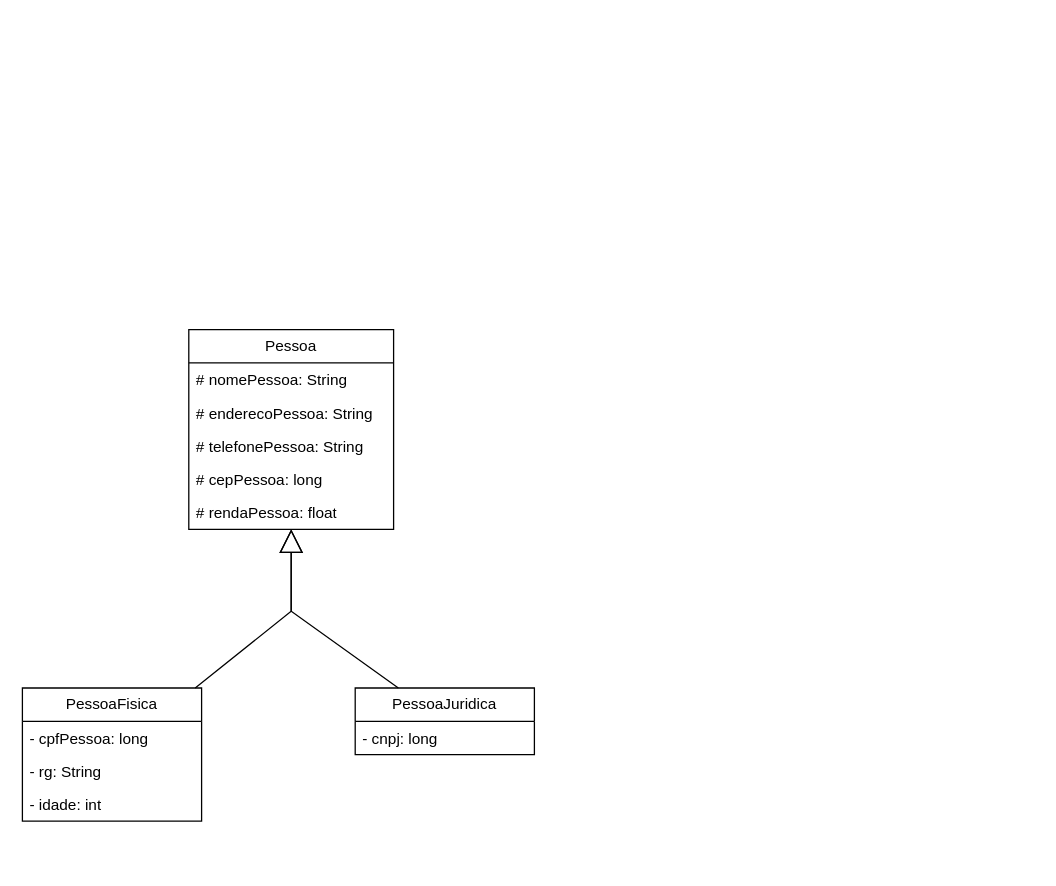
Above: Classes.drawio in RebecaVieiraM/Diagramas (draw.io), before the change. Source tidied: cells renumbered, new cells numbered last; positions are measured from the earlier drawing's top-left corner, leaving out a move shared by most shapes. Both pictures are drawn from the tidied source at 128%, with x=0, y=0 at pixel (22, 329).
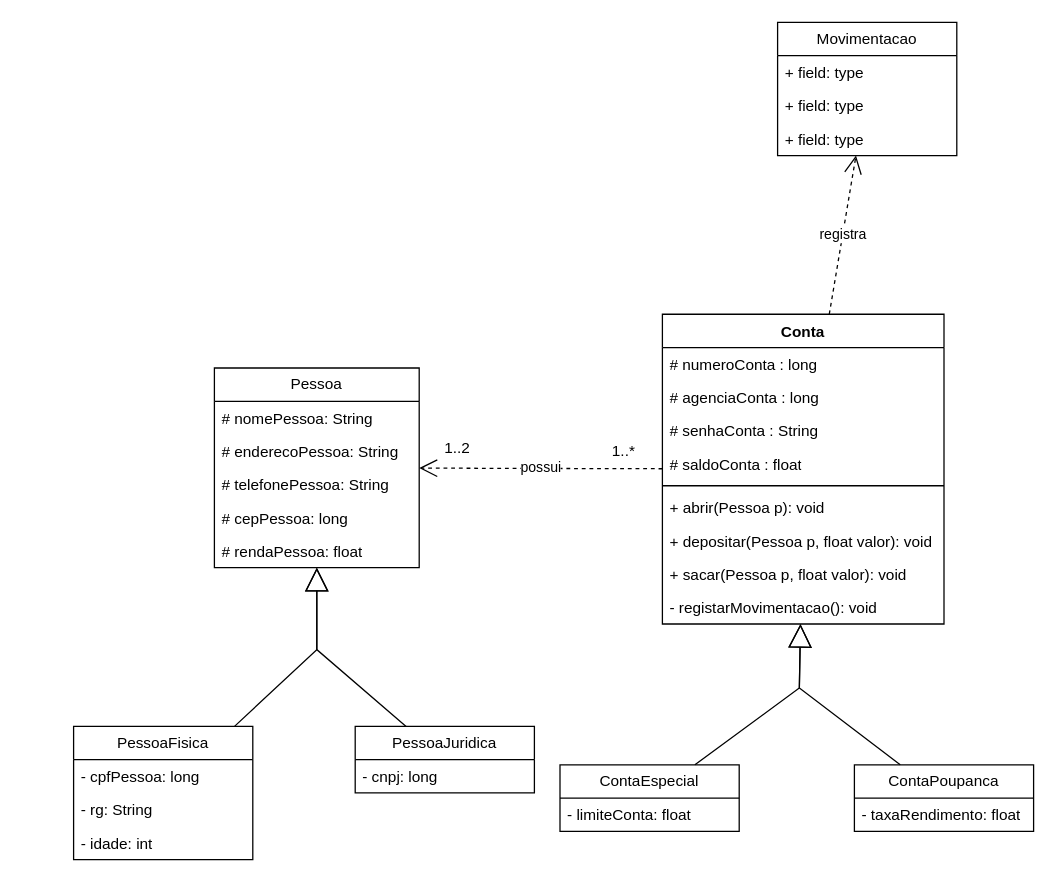
The same page after the edit.

Unchanged cells that the change refers to:
```xml
<mxCell id="7" value="# rendaPessoa: float" style="text;strokeColor=none;fillColor=none;align=left;verticalAlign=top;spacingLeft=4;spacingRight=4;overflow=hidden;points=[[0,0.5],[1,0.5]];portConstraint=eastwest;whiteSpace=wrap;html=1;" parent="2" vertex="1">
  <mxGeometry y="130" width="160" height="26" as="geometry" />
</mxCell>
```

What changed in the source:
```diff
@@
     <mxCell id="2" value="Pessoa" style="swimlane;fontStyle=0;horizontal=1;startSize=26;fillColor=none;whiteSpace=wrap;html=1;" parent="1" vertex="1">
-      <mxGeometry x="130" width="160" height="156" as="geometry" />
+      <mxGeometry x="150" y="30" width="160" height="156" as="geometry" />
     </mxCell>
@@
     <mxCell id="8" value="PessoaJuridica" style="swimlane;fontStyle=0;horizontal=1;startSize=26;fillColor=none;whiteSpace=wrap;html=1;" parent="1" vertex="1">
-      <mxGeometry x="260" y="280" width="140" height="52" as="geometry" />
+      <mxGeometry x="260" y="310" width="140" height="52" as="geometry" />
     </mxCell>
@@
     <mxCell id="10" value="PessoaFisica" style="swimlane;fontStyle=0;horizontal=1;startSize=26;fillColor=none;whiteSpace=wrap;html=1;" parent="1" vertex="1">
-      <mxGeometry y="280" width="140" height="104" as="geometry" />
+      <mxGeometry x="40" y="310" width="140" height="104" as="geometry" />
     </mxCell>
@@
     <mxCell id="14" style="endArrow=block;endSize=16;endFill=0;html=1;rounded=0;" parent="1" edge="1" source="10" target="2">
       <mxGeometry relative="1" as="geometry">
         <Array as="points">
-          <mxPoint x="210" y="220" />
+          <mxPoint x="230" y="250" />
         </Array>
       </mxGeometry>
     </mxCell>
     <mxCell id="15" style="endArrow=block;endSize=16;endFill=0;html=1;rounded=0;" parent="1" edge="1" source="8" target="7">
       <mxGeometry relative="1" as="geometry">
         <Array as="points">
-          <mxPoint x="210" y="220" />
+          <mxPoint x="230" y="250" />
         </Array>
       </mxGeometry>
     </mxCell>
+    <mxCell id="16" value="Conta" style="swimlane;fontStyle=1;align=center;verticalAlign=top;horizontal=1;startSize=26;whiteSpace=wrap;html=1;" parent="1" vertex="1">
+      <mxGeometry x="500" y="-12" width="220" height="242" as="geometry" />
+    </mxCell>
+    <mxCell id="17" value="# numeroConta : long" style="text;strokeColor=none;fillColor=none;align=left;verticalAlign=top;spacingLeft=4;spacingRight=4;overflow=hidden;whiteSpace=wrap;html=1;" parent="16" vertex="1">
+      <mxGeometry y="26" width="220" height="26" as="geometry" />
+    </mxCell>
+    <mxCell id="18" value="# agenciaConta : long" style="text;strokeColor=none;fillColor=none;align=left;verticalAlign=top;spacingLeft=4;spacingRight=4;overflow=hidden;whiteSpace=wrap;html=1;" parent="16" vertex="1">
+      <mxGeometry y="52" width="220" height="26" as="geometry" />
+    </mxCell>
+    <mxCell id="19" value="# senhaConta : String" style="text;strokeColor=none;fillColor=none;align=left;verticalAlign=top;spacingLeft=4;spacingRight=4;overflow=hidden;whiteSpace=wrap;html=1;" parent="16" vertex="1">
+      <mxGeometry y="78" width="220" height="26" as="geometry" />
+    </mxCell>
+    <mxCell id="20" value="# saldoConta : float" style="text;strokeColor=none;fillColor=none;align=left;verticalAlign=top;spacingLeft=4;spacingRight=4;overflow=hidden;whiteSpace=wrap;html=1;" parent="16" vertex="1">
+      <mxGeometry y="104" width="220" height="26" as="geometry" />
+    </mxCell>
+    <mxCell id="21" style="line;strokeWidth=1;fillColor=none;align=left;verticalAlign=middle;spacingTop=-1;spacingLeft=3;spacingRight=3;labelPosition=right;strokeColor=inherit;" parent="16" vertex="1">
+      <mxGeometry y="130" width="220" height="8" as="geometry" />
+    </mxCell>
+    <mxCell id="22" value="+ abrir(Pessoa p): void" style="text;strokeColor=none;fillColor=none;align=left;verticalAlign=top;spacingLeft=4;spacingRight=4;overflow=hidden;whiteSpace=wrap;html=1;" parent="16" vertex="1">
+      <mxGeometry y="138" width="220" height="26" as="geometry" />
+    </mxCell>
+    <mxCell id="23" value="+ depositar(Pessoa p, float valor): void" style="text;strokeColor=none;fillColor=none;align=left;verticalAlign=top;spacingLeft=4;spacingRight=4;overflow=hidden;whiteSpace=wrap;html=1;" parent="16" vertex="1">
+      <mxGeometry y="164" width="220" height="26" as="geometry" />
+    </mxCell>
+    <mxCell id="24" value="+ sacar(Pessoa p, float valor): void" style="text;strokeColor=none;fillColor=none;align=left;verticalAlign=top;spacingLeft=4;spacingRight=4;overflow=hidden;whiteSpace=wrap;html=1;" parent="16" vertex="1">
+      <mxGeometry y="190" width="220" height="26" as="geometry" />
+    </mxCell>
+    <mxCell id="25" value="- registarMovimentacao(): void" style="text;strokeColor=none;fillColor=none;align=left;verticalAlign=top;spacingLeft=4;spacingRight=4;overflow=hidden;whiteSpace=wrap;html=1;" parent="16" vertex="1">
+      <mxGeometry y="216" width="220" height="26" as="geometry" />
+    </mxCell>
+    <mxCell id="26" value="ContaEspecial" style="swimlane;fontStyle=0;horizontal=1;startSize=26;fillColor=none;whiteSpace=wrap;html=1;" parent="1" vertex="1">
+      <mxGeometry x="420" y="340" width="140" height="52" as="geometry" />
+    </mxCell>
+    <mxCell id="27" value="- limiteConta: float" style="text;strokeColor=none;fillColor=none;align=left;verticalAlign=top;spacingLeft=4;spacingRight=4;overflow=hidden;whiteSpace=wrap;html=1;" parent="26" vertex="1">
+      <mxGeometry y="26" width="140" height="26" as="geometry" />
+    </mxCell>
+    <mxCell id="28" value="ContaPoupanca" style="swimlane;fontStyle=0;horizontal=1;startSize=26;fillColor=none;whiteSpace=wrap;html=1;" parent="1" vertex="1">
+      <mxGeometry x="650" y="340" width="140" height="52" as="geometry" />
+    </mxCell>
+    <mxCell id="29" value="- taxaRendimento: float" style="text;strokeColor=none;fillColor=none;align=left;verticalAlign=top;spacingLeft=4;spacingRight=4;overflow=hidden;whiteSpace=wrap;html=1;" parent="28" vertex="1">
+      <mxGeometry y="26" width="140" height="26" as="geometry" />
+    </mxCell>
+    <mxCell id="30" style="endArrow=block;endSize=16;endFill=0;html=1;rounded=0;" parent="1" edge="1" source="26" target="16">
+      <mxGeometry relative="1" as="geometry">
+        <Array as="points">
+          <mxPoint x="607" y="280" />
+        </Array>
+      </mxGeometry>
+    </mxCell>
+    <mxCell id="31" style="endArrow=block;endSize=16;endFill=0;html=1;rounded=0;" parent="1" edge="1" source="28" target="16">
+      <mxGeometry relative="1" as="geometry">
+        <Array as="points">
+          <mxPoint x="607" y="280" />
+        </Array>
+      </mxGeometry>
+    </mxCell>
+    <mxCell id="32" value="possui" style="endArrow=open;endSize=12;dashed=1;html=1;rounded=0;" parent="1" edge="1" source="16" target="2">
+      <mxGeometry relative="1" as="geometry" />
+    </mxCell>
+    <mxCell id="33" value="1..2" style="text;html=1;align=center;verticalAlign=middle;whiteSpace=wrap;rounded=0;" parent="1" vertex="1">
+      <mxGeometry x="310" y="78" width="60" height="30" as="geometry" />
+    </mxCell>
+    <mxCell id="34" value="1..*" style="text;html=1;align=center;verticalAlign=middle;whiteSpace=wrap;rounded=0;" parent="1" vertex="1">
+      <mxGeometry x="440" y="80" width="60" height="30" as="geometry" />
+    </mxCell>
+    <mxCell id="35" value="Movimentacao" style="swimlane;fontStyle=0;horizontal=1;startSize=26;fillColor=none;whiteSpace=wrap;html=1;" parent="1" vertex="1">
+      <mxGeometry x="590" y="-240" width="140" height="104" as="geometry" />
+    </mxCell>
+    <mxCell id="36" value="+ field: type" style="text;strokeColor=none;fillColor=none;align=left;verticalAlign=top;spacingLeft=4;spacingRight=4;overflow=hidden;whiteSpace=wrap;html=1;" parent="35" vertex="1">
+      <mxGeometry y="26" width="140" height="26" as="geometry" />
+    </mxCell>
+    <mxCell id="37" value="+ field: type" style="text;strokeColor=none;fillColor=none;align=left;verticalAlign=top;spacingLeft=4;spacingRight=4;overflow=hidden;whiteSpace=wrap;html=1;" parent="35" vertex="1">
+      <mxGeometry y="52" width="140" height="26" as="geometry" />
+    </mxCell>
+    <mxCell id="38" value="+ field: type" style="text;strokeColor=none;fillColor=none;align=left;verticalAlign=top;spacingLeft=4;spacingRight=4;overflow=hidden;whiteSpace=wrap;html=1;" parent="35" vertex="1">
+      <mxGeometry y="78" width="140" height="26" as="geometry" />
+    </mxCell>
+    <mxCell id="39" value="registra" style="endArrow=open;endSize=12;dashed=1;html=1;rounded=0;" parent="1" edge="1" source="16" target="35">
+      <mxGeometry relative="1" as="geometry" />
+    </mxCell>
```
